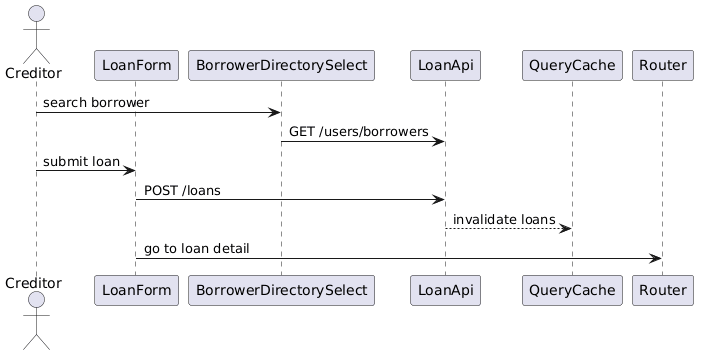
Earlier version of the PlantUML export docs/detailed-designs/diagrams/rendered/fe_seq_create_loan.png (QuinntyneBrown/LendQ).
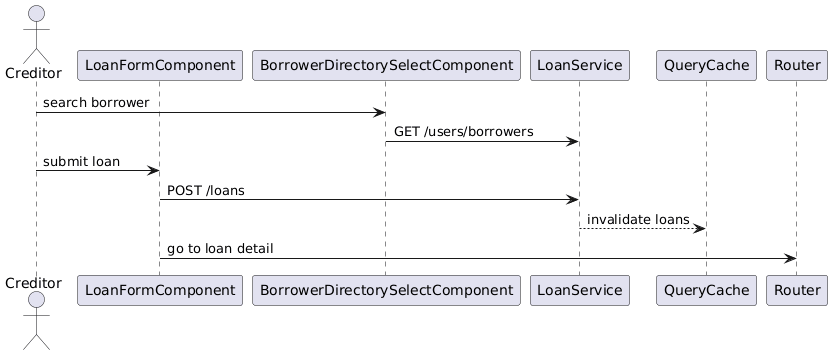
Above is the later version.

The edit, as a diff of the source:
```diff
@@ -1,15 +1,15 @@
 @startuml
 actor Creditor
-participant LoanForm
-participant BorrowerDirectorySelect
-participant LoanApi
+participant LoanFormComponent
+participant BorrowerDirectorySelectComponent
+participant LoanService
 participant QueryCache
 participant Router
 
-Creditor -> BorrowerDirectorySelect : search borrower
-BorrowerDirectorySelect -> LoanApi : GET /users/borrowers
-Creditor -> LoanForm : submit loan
-LoanForm -> LoanApi : POST /loans
-LoanApi --> QueryCache : invalidate loans
-LoanForm -> Router : go to loan detail
+Creditor -> BorrowerDirectorySelectComponent : search borrower
+BorrowerDirectorySelectComponent -> LoanService : GET /users/borrowers
+Creditor -> LoanFormComponent : submit loan
+LoanFormComponent -> LoanService : POST /loans
+LoanService --> QueryCache : invalidate loans
+LoanFormComponent -> Router : go to loan detail
 @enduml
```
